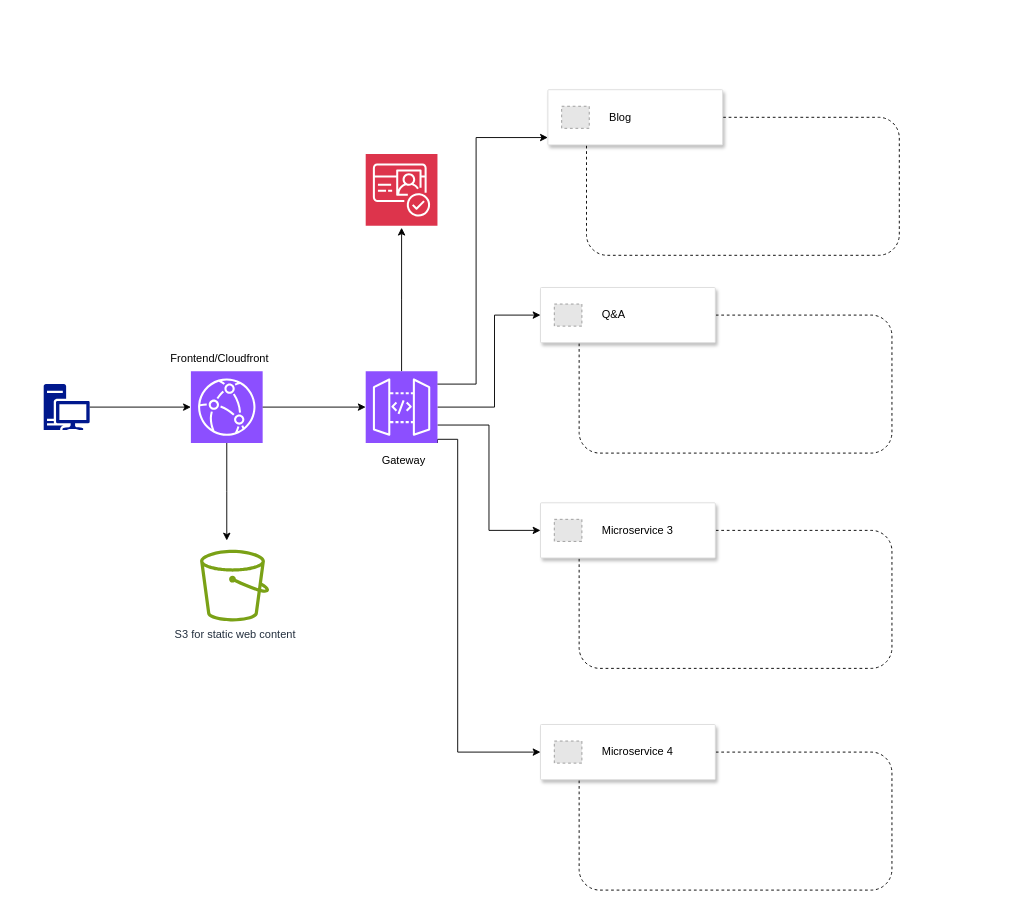
Before: AIWebsite.drawio in JanithRavisanka/AIWebsiteDiagram, a draw.io diagram. Source tidied: cells renumbered, new cells numbered last; positions are measured from the earlier drawing's top-left corner, leaving out a move shared by most shapes. Both pictures are drawn from the tidied source at 92%, with x=0, y=0 at pixel (43, 89). Pictures stored in the file or linked from it are replaced by grey dashed boxes.
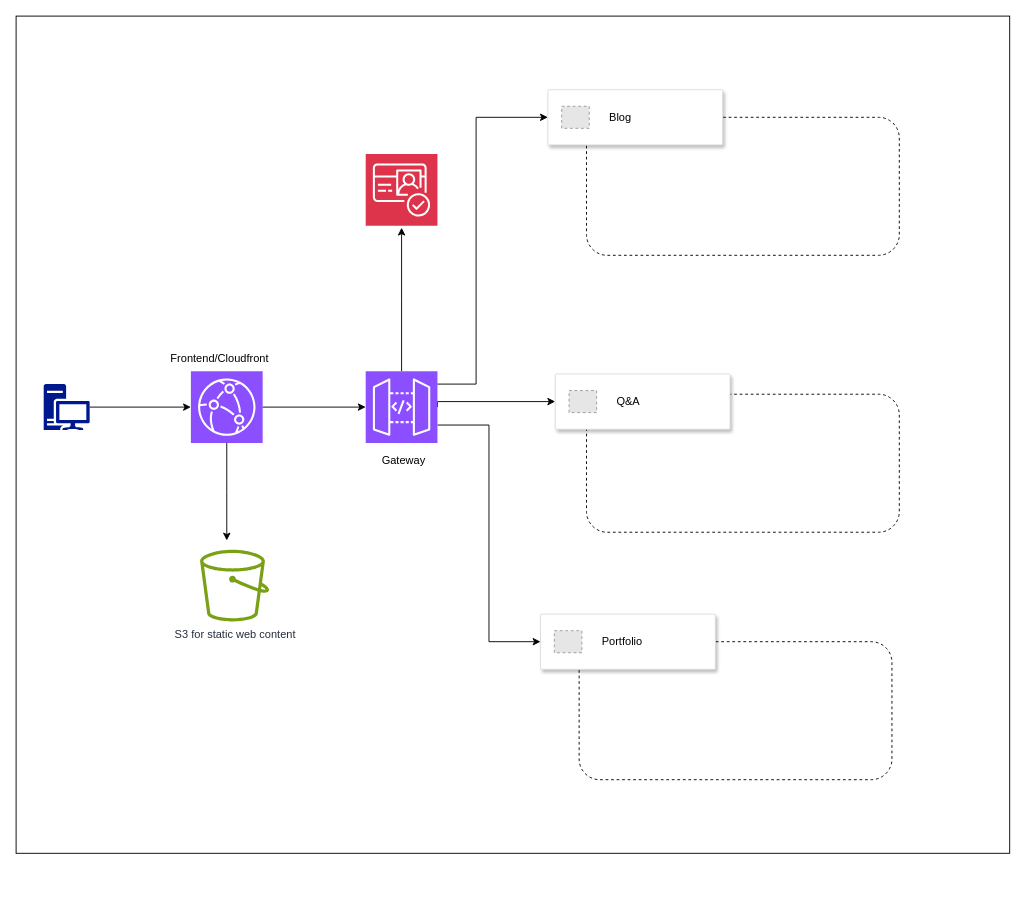
Above is the later version.

The change refers to these unchanged cells:
```xml
<mxCell id="10" style="sketch=0;points=[[0,0,0],[0.25,0,0],[0.5,0,0],[0.75,0,0],[1,0,0],[0,1,0],[0.25,1,0],[0.5,1,0],[0.75,1,0],[1,1,0],[0,0.25,0],[0,0.5,0],[0,0.75,0],[1,0.25,0],[1,0.5,0],[1,0.75,0]];outlineConnect=0;fontColor=#232F3E;fillColor=#8C4FFF;strokeColor=#ffffff;dashed=0;verticalLabelPosition=bottom;verticalAlign=top;align=center;html=1;fontSize=12;fontStyle=0;shape=mxgraph.aws4.resourceIcon;resIcon=mxgraph.aws4.api_gateway;" parent="1" vertex="1">
  <mxGeometry x="350" y="306" width="78" height="78" as="geometry" />
</mxCell>
<mxCell id="13" style="strokeColor=#dddddd;shadow=1;strokeWidth=1;rounded=1;absoluteArcSize=1;arcSize=2;" parent="1" vertex="1">
  <mxGeometry x="548" width="190" height="60" as="geometry" />
</mxCell>
```

What changed in the source:
```diff
@@
+    <mxCell id="29" style="rounded=0;whiteSpace=wrap;html=1;" parent="1" vertex="1">
+      <mxGeometry x="-30" y="-80" width="1080" height="910" as="geometry" />
+    </mxCell>
@@
+    <mxCell id="9" style="edgeStyle=orthogonalEdgeStyle;rounded=0;jettySize=auto;html=1;exitX=1;exitY=0.75;exitDx=0;exitDy=0;exitPerimeter=0;entryX=0;entryY=0.5;entryDx=0;entryDy=0;" parent="1" edge="1" source="10" target="19">
+      <mxGeometry relative="1" as="geometry" />
+    </mxCell>
-    <mxCell id="7" style="edgeStyle=orthogonalEdgeStyle;rounded=0;jettySize=auto;html=1;entryX=0;entryY=0.5;entryDx=0;entryDy=0;" parent="1" edge="1" source="10" target="16">
+    <mxCell id="7" style="edgeStyle=orthogonalEdgeStyle;rounded=0;jettySize=auto;html=1;exitX=1;exitY=0.5;exitDx=0;exitDy=0;exitPerimeter=0;" parent="1" edge="1" source="10" target="16">
       <mxGeometry relative="1" as="geometry">
         <Array as="points">
-          <mxPoint x="490" y="345" />
-          <mxPoint x="490" y="245" />
+          <mxPoint x="428" y="339" />
         </Array>
       </mxGeometry>
     </mxCell>
-    <mxCell id="8" style="edgeStyle=orthogonalEdgeStyle;rounded=0;jettySize=auto;html=1;exitX=1;exitY=1;exitDx=0;exitDy=0;exitPerimeter=0;entryX=0;entryY=0.5;entryDx=0;entryDy=0;" parent="1" edge="1" source="10" target="22">
-      <mxGeometry relative="1" as="geometry">
-        <Array as="points">
-          <mxPoint x="428" y="380" />
-          <mxPoint x="450" y="380" />
-          <mxPoint x="450" y="720" />
-        </Array>
-      </mxGeometry>
-    </mxCell>
-    <mxCell id="9" style="edgeStyle=orthogonalEdgeStyle;rounded=0;jettySize=auto;html=1;exitX=1;exitY=0.75;exitDx=0;exitDy=0;exitPerimeter=0;entryX=0;entryY=0.5;entryDx=0;entryDy=0;" parent="1" edge="1" source="10" target="19">
-      <mxGeometry relative="1" as="geometry" />
-    </mxCell>
@@
     <mxCell id="15" style="rounded=1;whiteSpace=wrap;html=1;dashed=1;" parent="1" vertex="1">
-      <mxGeometry x="582" y="245" width="340" height="150" as="geometry" />
+      <mxGeometry x="590" y="331" width="340" height="150" as="geometry" />
     </mxCell>
     <mxCell id="16" style="strokeColor=#dddddd;shadow=1;strokeWidth=1;rounded=1;absoluteArcSize=1;arcSize=2;" parent="1" vertex="1">
-      <mxGeometry x="540" y="215" width="190" height="60" as="geometry" />
+      <mxGeometry x="556" y="309" width="190" height="60" as="geometry" />
     </mxCell>
@@
     <mxCell id="18" style="rounded=1;whiteSpace=wrap;html=1;dashed=1;" parent="1" vertex="1">
-      <mxGeometry x="582" y="479" width="340" height="150" as="geometry" />
+      <mxGeometry x="582" y="600" width="340" height="150" as="geometry" />
     </mxCell>
     <mxCell id="19" style="strokeColor=#dddddd;shadow=1;strokeWidth=1;rounded=1;absoluteArcSize=1;arcSize=2;" parent="1" vertex="1">
-      <mxGeometry x="540" y="449" width="190" height="60" as="geometry" />
+      <mxGeometry x="540" y="570" width="190" height="60" as="geometry" />
     </mxCell>
-    <mxCell id="20" value="&lt;div&gt;&lt;span style=&quot;caret-color: rgb(0, 0, 0); color: rgb(0, 0, 0);&quot;&gt;Microservice 3&lt;/span&gt;&lt;br&gt;&lt;/div&gt;" style="fillColor=#E6E6E6;strokeColor=#999999;dashed=1;html=1;fontColor=#999999;verticalLabelPosition=middle;verticalAlign=middle;labelPosition=right;align=left;spacingLeft=20;" parent="19" vertex="1">
+    <mxCell id="20" value="&lt;div&gt;&lt;font color=&quot;#000000&quot;&gt;&lt;span style=&quot;caret-color: rgb(0, 0, 0);&quot;&gt;Portfolio&lt;/span&gt;&lt;/font&gt;&lt;br&gt;&lt;/div&gt;" style="fillColor=#E6E6E6;strokeColor=#999999;dashed=1;html=1;fontColor=#999999;verticalLabelPosition=middle;verticalAlign=middle;labelPosition=right;align=left;spacingLeft=20;" parent="19" vertex="1">
       <mxGeometry width="30" height="24" relative="1" as="geometry">
         <mxPoint x="15" y="18" as="offset" />
       </mxGeometry>
     </mxCell>
-    <mxCell id="21" style="rounded=1;whiteSpace=wrap;html=1;dashed=1;" parent="1" vertex="1">
-      <mxGeometry x="582" y="720" width="340" height="150" as="geometry" />
-    </mxCell>
-    <mxCell id="22" style="strokeColor=#dddddd;shadow=1;strokeWidth=1;rounded=1;absoluteArcSize=1;arcSize=2;" parent="1" vertex="1">
-      <mxGeometry x="540" y="690" width="190" height="60" as="geometry" />
-    </mxCell>
-    <mxCell id="23" value="&lt;div&gt;&lt;span style=&quot;caret-color: rgb(0, 0, 0); color: rgb(0, 0, 0);&quot;&gt;Microservice 4&lt;/span&gt;&lt;br&gt;&lt;/div&gt;" style="fillColor=#E6E6E6;strokeColor=#999999;dashed=1;html=1;fontColor=#999999;verticalLabelPosition=middle;verticalAlign=middle;labelPosition=right;align=left;spacingLeft=20;" parent="22" vertex="1">
-      <mxGeometry width="30" height="24" relative="1" as="geometry">
-        <mxPoint x="15" y="18" as="offset" />
-      </mxGeometry>
-    </mxCell>
@@
-    <mxCell id="26" style="edgeStyle=orthogonalEdgeStyle;rounded=0;jettySize=auto;html=1;entryX=0;entryY=0.867;entryDx=0;entryDy=0;entryPerimeter=0;" parent="1" edge="1" source="10" target="13">
+    <mxCell id="26" style="edgeStyle=orthogonalEdgeStyle;rounded=0;jettySize=auto;html=1;" parent="1" edge="1" source="10">
       <mxGeometry relative="1" as="geometry">
+        <mxPoint x="548" y="30" as="targetPoint" />
         <Array as="points">
           <mxPoint x="470" y="320" />
-          <mxPoint x="470" y="52" />
+          <mxPoint x="470" y="30" />
+          <mxPoint x="548" y="30" />
         </Array>
       </mxGeometry>
     </mxCell>
```
